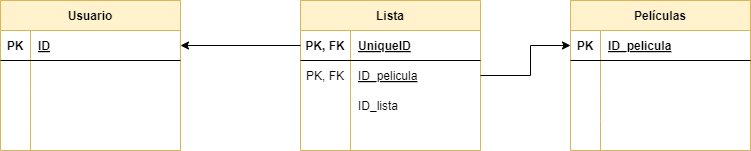
Earlier version of the draw.io export tareas/unidad-2/tarea-3/imágenes/ejercicio07.drawio.png (ManuelsDAM/base-datos). Source tidied: cells renumbered, new cells last; positions are measured from the earlier drawing's top-left corner, leaving out a move shared by most shapes. Source of this version:
```xml
<mxGraphModel>
  <root>
    <mxCell id="0" />
    <mxCell id="1" parent="0" />
    <mxCell id="2" value="Películas" style="shape=table;startSize=30;rowLines=0;fontStyle=1;align=center;fillColor=#fff2cc;strokeColor=#d6b656;" parent="1" vertex="1">
      <mxGeometry x="570" width="180" height="150" as="geometry" />
    </mxCell>
    <mxCell id="3" style="shape=tableRow;horizontal=0;startSize=0;swimlaneHead=0;swimlaneBody=0;fillColor=none;points=[[0,0.5],[1,0.5]];portConstraint=eastwest;top=0;left=0;right=0;bottom=1;" parent="2" vertex="1">
      <mxGeometry y="30" width="180" height="30" as="geometry" />
    </mxCell>
    <mxCell id="4" value="PK" style="shape=partialRectangle;fillColor=none;top=0;left=0;bottom=0;right=0;fontStyle=1;overflow=hidden;" parent="3" vertex="1">
      <mxGeometry width="30" height="30" as="geometry" />
    </mxCell>
    <mxCell id="5" value="ID_pelicula" style="shape=partialRectangle;fillColor=none;top=0;left=0;bottom=0;right=0;align=left;spacingLeft=6;fontStyle=5;overflow=hidden;" parent="3" vertex="1">
      <mxGeometry x="30" width="150" height="30" as="geometry" />
    </mxCell>
    <mxCell id="6" style="shape=tableRow;horizontal=0;startSize=0;swimlaneHead=0;swimlaneBody=0;fillColor=none;top=0;left=0;right=0;bottom=0;" parent="2" vertex="1">
      <mxGeometry y="60" width="180" height="30" as="geometry" />
    </mxCell>
    <mxCell id="7" style="shape=partialRectangle;fillColor=none;top=0;left=0;bottom=0;right=0;overflow=hidden;" parent="6" vertex="1">
      <mxGeometry width="30" height="30" as="geometry" />
    </mxCell>
    <mxCell id="8" style="shape=partialRectangle;fillColor=none;top=0;left=0;bottom=0;right=0;align=left;spacingLeft=6;overflow=hidden;" parent="6" vertex="1">
      <mxGeometry x="30" width="150" height="30" as="geometry" />
    </mxCell>
    <mxCell id="9" style="shape=tableRow;horizontal=0;startSize=0;swimlaneHead=0;swimlaneBody=0;fillColor=none;top=0;left=0;right=0;bottom=0;" parent="2" vertex="1">
      <mxGeometry y="90" width="180" height="30" as="geometry" />
    </mxCell>
    <mxCell id="10" style="shape=partialRectangle;fillColor=none;top=0;left=0;bottom=0;right=0;overflow=hidden;" parent="9" vertex="1">
      <mxGeometry width="30" height="30" as="geometry" />
    </mxCell>
    <mxCell id="11" style="shape=partialRectangle;fillColor=none;top=0;left=0;bottom=0;right=0;align=left;spacingLeft=6;overflow=hidden;" parent="9" vertex="1">
      <mxGeometry x="30" width="150" height="30" as="geometry" />
    </mxCell>
    <mxCell id="12" style="shape=tableRow;horizontal=0;startSize=0;swimlaneHead=0;swimlaneBody=0;fillColor=none;top=0;left=0;right=0;bottom=0;" parent="2" vertex="1">
      <mxGeometry y="120" width="180" height="30" as="geometry" />
    </mxCell>
    <mxCell id="13" style="shape=partialRectangle;fillColor=none;top=0;left=0;bottom=0;right=0;overflow=hidden;" parent="12" vertex="1">
      <mxGeometry width="30" height="30" as="geometry" />
    </mxCell>
    <mxCell id="14" style="shape=partialRectangle;fillColor=none;top=0;left=0;bottom=0;right=0;align=left;spacingLeft=6;overflow=hidden;" parent="12" vertex="1">
      <mxGeometry x="30" width="150" height="30" as="geometry" />
    </mxCell>
    <mxCell id="15" value="Lista" style="shape=table;startSize=30;rowLines=0;fontStyle=1;align=center;fillColor=#fff2cc;strokeColor=#d6b656;" parent="1" vertex="1">
      <mxGeometry x="300" width="180" height="150" as="geometry" />
    </mxCell>
    <mxCell id="16" style="shape=tableRow;horizontal=0;startSize=0;swimlaneHead=0;swimlaneBody=0;fillColor=none;points=[[0,0.5],[1,0.5]];portConstraint=eastwest;top=0;left=0;right=0;bottom=1;" parent="15" vertex="1">
      <mxGeometry y="30" width="180" height="30" as="geometry" />
    </mxCell>
    <mxCell id="17" value="PK, FK" style="shape=partialRectangle;fillColor=none;top=0;left=0;bottom=0;right=0;fontStyle=1;overflow=hidden;" parent="16" vertex="1">
      <mxGeometry width="50" height="30" as="geometry" />
    </mxCell>
    <mxCell id="18" value="UniqueID" style="shape=partialRectangle;fillColor=none;top=0;left=0;bottom=0;right=0;align=left;spacingLeft=6;fontStyle=5;overflow=hidden;" parent="16" vertex="1">
      <mxGeometry x="50" width="130" height="30" as="geometry" />
    </mxCell>
    <mxCell id="19" style="shape=tableRow;horizontal=0;startSize=0;swimlaneHead=0;swimlaneBody=0;fillColor=none;points=[[0,0.5],[1,0.5]];portConstraint=eastwest;top=0;left=0;right=0;bottom=0;" parent="15" vertex="1">
      <mxGeometry y="60" width="180" height="30" as="geometry" />
    </mxCell>
    <mxCell id="20" value="PK, FK" style="shape=partialRectangle;fillColor=none;top=0;left=0;bottom=0;right=0;overflow=hidden;" parent="19" vertex="1">
      <mxGeometry width="50" height="30" as="geometry" />
    </mxCell>
    <mxCell id="21" value="ID_pelicula" style="shape=partialRectangle;fillColor=none;top=0;left=0;bottom=0;right=0;align=left;spacingLeft=6;overflow=hidden;fontStyle=4;" parent="19" vertex="1">
      <mxGeometry x="50" width="130" height="30" as="geometry" />
    </mxCell>
    <mxCell id="22" style="shape=tableRow;horizontal=0;startSize=0;swimlaneHead=0;swimlaneBody=0;fillColor=none;top=0;left=0;right=0;bottom=0;" parent="15" vertex="1">
      <mxGeometry y="90" width="180" height="30" as="geometry" />
    </mxCell>
    <mxCell id="23" style="shape=partialRectangle;fillColor=none;top=0;left=0;bottom=0;right=0;overflow=hidden;" parent="22" vertex="1">
      <mxGeometry width="50" height="30" as="geometry" />
    </mxCell>
    <mxCell id="24" value="ID_lista" style="shape=partialRectangle;fillColor=none;top=0;left=0;bottom=0;right=0;align=left;spacingLeft=6;overflow=hidden;" parent="22" vertex="1">
      <mxGeometry x="50" width="130" height="30" as="geometry" />
    </mxCell>
    <mxCell id="25" style="shape=tableRow;horizontal=0;startSize=0;swimlaneHead=0;swimlaneBody=0;fillColor=none;top=0;left=0;right=0;bottom=0;" parent="15" vertex="1">
      <mxGeometry y="120" width="180" height="30" as="geometry" />
    </mxCell>
    <mxCell id="26" style="shape=partialRectangle;fillColor=none;top=0;left=0;bottom=0;right=0;overflow=hidden;" parent="25" vertex="1">
      <mxGeometry width="50" height="30" as="geometry" />
    </mxCell>
    <mxCell id="27" style="shape=partialRectangle;fillColor=none;top=0;left=0;bottom=0;right=0;align=left;spacingLeft=6;overflow=hidden;" parent="25" vertex="1">
      <mxGeometry x="50" width="130" height="30" as="geometry" />
    </mxCell>
    <mxCell id="28" value="Usuario" style="shape=table;startSize=30;rowLines=0;fontStyle=1;align=center;fillColor=#fff2cc;strokeColor=#d6b656;" parent="1" vertex="1">
      <mxGeometry width="180" height="150" as="geometry" />
    </mxCell>
    <mxCell id="29" style="shape=tableRow;horizontal=0;startSize=0;swimlaneHead=0;swimlaneBody=0;fillColor=none;points=[[0,0.5],[1,0.5]];portConstraint=eastwest;top=0;left=0;right=0;bottom=1;" parent="28" vertex="1">
      <mxGeometry y="30" width="180" height="30" as="geometry" />
    </mxCell>
    <mxCell id="30" value="PK" style="shape=partialRectangle;fillColor=none;top=0;left=0;bottom=0;right=0;fontStyle=1;overflow=hidden;" parent="29" vertex="1">
      <mxGeometry width="30" height="30" as="geometry" />
    </mxCell>
    <mxCell id="31" value="ID" style="shape=partialRectangle;fillColor=none;top=0;left=0;bottom=0;right=0;align=left;spacingLeft=6;fontStyle=5;overflow=hidden;" parent="29" vertex="1">
      <mxGeometry x="30" width="150" height="30" as="geometry" />
    </mxCell>
    <mxCell id="32" style="shape=tableRow;horizontal=0;startSize=0;swimlaneHead=0;swimlaneBody=0;fillColor=none;top=0;left=0;right=0;bottom=0;" parent="28" vertex="1">
      <mxGeometry y="60" width="180" height="30" as="geometry" />
    </mxCell>
    <mxCell id="33" style="shape=partialRectangle;fillColor=none;top=0;left=0;bottom=0;right=0;overflow=hidden;" parent="32" vertex="1">
      <mxGeometry width="30" height="30" as="geometry" />
    </mxCell>
    <mxCell id="34" style="shape=partialRectangle;fillColor=none;top=0;left=0;bottom=0;right=0;align=left;spacingLeft=6;overflow=hidden;" parent="32" vertex="1">
      <mxGeometry x="30" width="150" height="30" as="geometry" />
    </mxCell>
    <mxCell id="35" style="shape=tableRow;horizontal=0;startSize=0;swimlaneHead=0;swimlaneBody=0;fillColor=none;top=0;left=0;right=0;bottom=0;" parent="28" vertex="1">
      <mxGeometry y="90" width="180" height="30" as="geometry" />
    </mxCell>
    <mxCell id="36" style="shape=partialRectangle;fillColor=none;top=0;left=0;bottom=0;right=0;overflow=hidden;" parent="35" vertex="1">
      <mxGeometry width="30" height="30" as="geometry" />
    </mxCell>
    <mxCell id="37" style="shape=partialRectangle;fillColor=none;top=0;left=0;bottom=0;right=0;align=left;spacingLeft=6;overflow=hidden;" parent="35" vertex="1">
      <mxGeometry x="30" width="150" height="30" as="geometry" />
    </mxCell>
    <mxCell id="38" style="shape=tableRow;horizontal=0;startSize=0;swimlaneHead=0;swimlaneBody=0;fillColor=none;top=0;left=0;right=0;bottom=0;" parent="28" vertex="1">
      <mxGeometry y="120" width="180" height="30" as="geometry" />
    </mxCell>
    <mxCell id="39" style="shape=partialRectangle;fillColor=none;top=0;left=0;bottom=0;right=0;overflow=hidden;" parent="38" vertex="1">
      <mxGeometry width="30" height="30" as="geometry" />
    </mxCell>
    <mxCell id="40" style="shape=partialRectangle;fillColor=none;top=0;left=0;bottom=0;right=0;align=left;spacingLeft=6;overflow=hidden;" parent="38" vertex="1">
      <mxGeometry x="30" width="150" height="30" as="geometry" />
    </mxCell>
    <mxCell id="41" style="edgeStyle=none;html=1;entryX=1;entryY=0.5;entryDx=0;entryDy=0;" parent="1" edge="1" source="16" target="29">
      <mxGeometry relative="1" as="geometry" />
    </mxCell>
    <mxCell id="42" style="edgeStyle=none;html=1;exitX=1;exitY=0.5;exitDx=0;exitDy=0;entryX=0;entryY=0.5;entryDx=0;entryDy=0;rounded=0;" parent="1" edge="1" source="19" target="3">
      <mxGeometry relative="1" as="geometry">
        <Array as="points">
          <mxPoint x="530" y="75" />
          <mxPoint x="530" y="45" />
        </Array>
      </mxGeometry>
    </mxCell>
  </root>
</mxGraphModel>
```
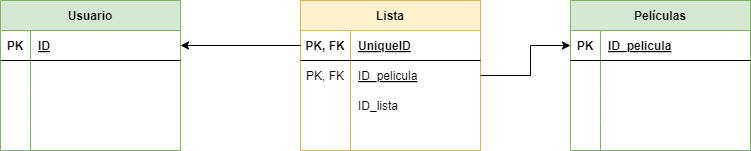
Later version of the same file.

The edit, as a diff of the source:
```diff
@@ -2,7 +2,7 @@
   <root>
     <mxCell id="0" />
     <mxCell id="1" parent="0" />
-    <mxCell id="2" value="Películas" style="shape=table;startSize=30;rowLines=0;fontStyle=1;align=center;fillColor=#fff2cc;strokeColor=#d6b656;" parent="1" vertex="1">
+    <mxCell id="2" value="Películas" style="shape=table;startSize=30;rowLines=0;fontStyle=1;align=center;fillColor=#d5e8d4;strokeColor=#82b366;" parent="1" vertex="1">
       <mxGeometry x="570" width="180" height="150" as="geometry" />
     </mxCell>
     <mxCell id="3" style="shape=tableRow;horizontal=0;startSize=0;swimlaneHead=0;swimlaneBody=0;fillColor=none;points=[[0,0.5],[1,0.5]];portConstraint=eastwest;top=0;left=0;right=0;bottom=1;" parent="2" vertex="1">
@@ -80,7 +80,7 @@
     <mxCell id="27" style="shape=partialRectangle;fillColor=none;top=0;left=0;bottom=0;right=0;align=left;spacingLeft=6;overflow=hidden;" parent="25" vertex="1">
       <mxGeometry x="50" width="130" height="30" as="geometry" />
     </mxCell>
-    <mxCell id="28" value="Usuario" style="shape=table;startSize=30;rowLines=0;fontStyle=1;align=center;fillColor=#fff2cc;strokeColor=#d6b656;" parent="1" vertex="1">
+    <mxCell id="28" value="Usuario" style="shape=table;startSize=30;rowLines=0;fontStyle=1;align=center;fillColor=#d5e8d4;strokeColor=#82b366;" parent="1" vertex="1">
       <mxGeometry width="180" height="150" as="geometry" />
     </mxCell>
     <mxCell id="29" style="shape=tableRow;horizontal=0;startSize=0;swimlaneHead=0;swimlaneBody=0;fillColor=none;points=[[0,0.5],[1,0.5]];portConstraint=eastwest;top=0;left=0;right=0;bottom=1;" parent="28" vertex="1">
```
